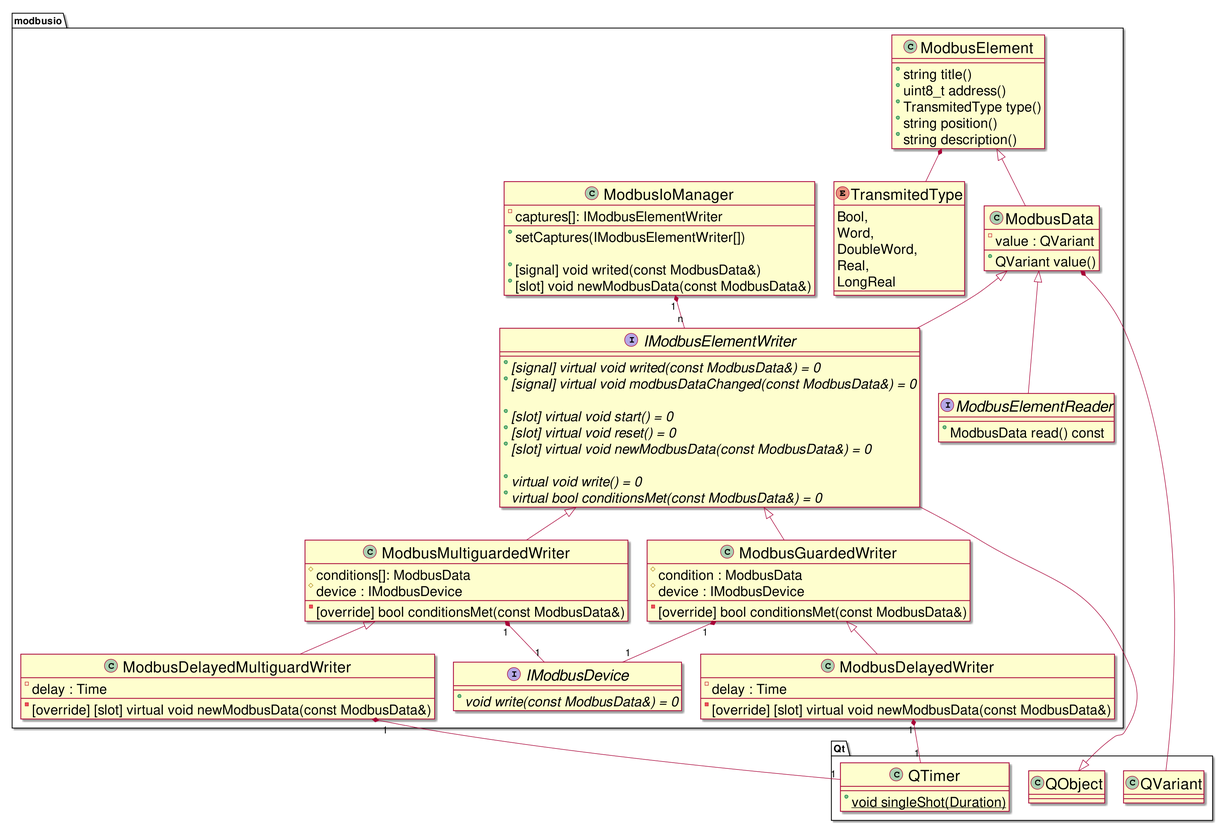
Earlier version of the PlantUML export Dissertation/images/modbus_class_relationship.png (UlrichVonRekkenin/PhdLaTeX). Source of this version:
```plantuml
@startuml
scale 1.5
skinparam {
    Dpi 300
    DefaultFontSize 18
    ClassFontSize 28
    ClassAttributeFontSize 25
}

namespace Qt {
    class QTimer {
        +{static} void singleShot(Duration)
    }

    class QObject
    class QVariant
}

namespace modbusio {
    enum TransmitedType {
        Bool,
        Word,
        DoubleWord,
        Real,
        LongReal
    }

    interface IModbusDevice {
        + {abstract} void write(const ModbusData&) = 0
    }

    class ModbusIoManager {
        + setCaptures(IModbusElementWriter[])

        + [signal] void writed(const ModbusData&)
        + [slot] void newModbusData(const ModbusData&)

        - captures[]: IModbusElementWriter
    }

    class ModbusElement {
        + string title()
        + uint8_t address()
        + TransmitedType type()
        + string position()
        + string description()
    }

    class ModbusData {
        - value : QVariant
        + QVariant value()
    }

    interface IModbusElementWriter {
        + {abstract} [signal] virtual void writed(const ModbusData&) = 0
        + {abstract} [signal] virtual void modbusDataChanged(const ModbusData&) = 0

        + {abstract} [slot] virtual void start() = 0
        + {abstract} [slot] virtual void reset() = 0
        + {abstract} [slot] virtual void newModbusData(const ModbusData&) = 0

        + {abstract} virtual void write() = 0
        + {abstract} virtual bool conditionsMet(const ModbusData&) = 0
    }

    interface ModbusElementReader {
        + ModbusData read() const
    }

    class ModbusGuardedWriter {
        - [override] bool conditionsMet(const ModbusData&)
        # condition : ModbusData
        # device : IModbusDevice
    }

    class ModbusDelayedWriter {
        - [override] [slot] virtual void newModbusData(const ModbusData&)
        - delay : Time
    }

    class ModbusMultiguardedWriter {
        - [override] bool conditionsMet(const ModbusData&)
        # conditions[]: ModbusData
        # device : IModbusDevice
    }

    class ModbusDelayedMultiguardWriter {
        - [override] [slot] virtual void newModbusData(const ModbusData&)
        - delay : Time
    }

    ModbusElement *-- TransmitedType
    ModbusElement <|-- ModbusData
    ModbusData *-- Qt.QVariant

    ModbusData <|-- IModbusElementWriter
    Qt.QObject <|-- IModbusElementWriter
    ModbusData <|-- ModbusElementReader

    IModbusElementWriter <|-- ModbusGuardedWriter
    ModbusGuardedWriter "1" *-- "1" IModbusDevice

    ModbusGuardedWriter <|-- ModbusDelayedWriter
    ModbusDelayedWriter "1" *-- "1" Qt.QTimer

    IModbusElementWriter <|-- ModbusMultiguardedWriter
    ModbusMultiguardedWriter "1" *-- "1" IModbusDevice

    ModbusMultiguardedWriter <|-- ModbusDelayedMultiguardWriter
    ModbusDelayedMultiguardWriter "1" *-- "1" Qt.QTimer

    ModbusIoManager "1" *-- "n" IModbusElementWriter
}

@enduml
```
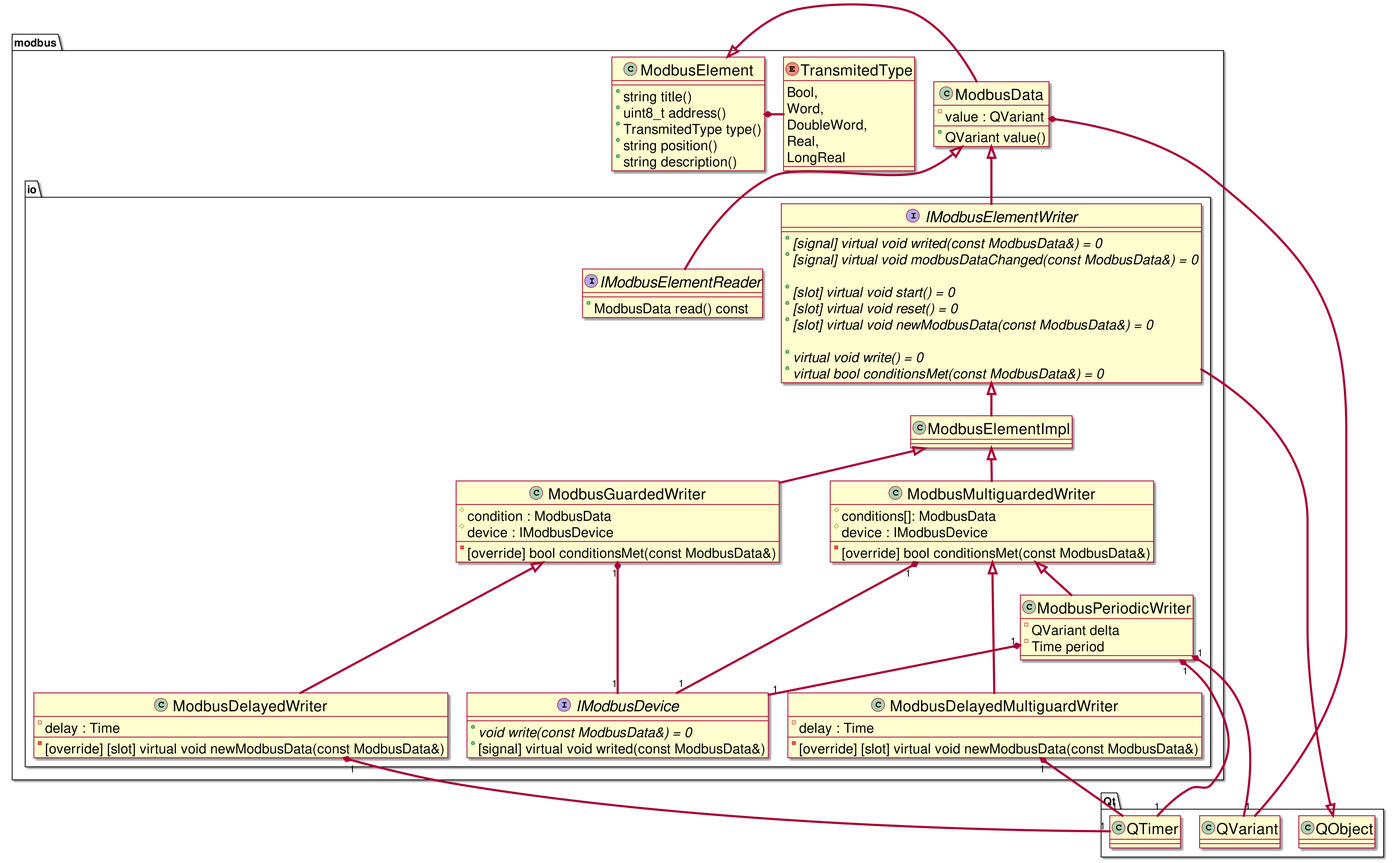
The same file after the commit.

The edit, as a diff of the source:
```diff
@@ -2,40 +2,25 @@
 scale 1.5
 skinparam {
     Dpi 300
+    PackageFontSize 20
+    arrowThickness 4
     DefaultFontSize 18
     ClassFontSize 28
     ClassAttributeFontSize 25
 }
 
 namespace Qt {
-    class QTimer {
-        +{static} void singleShot(Duration)
-    }
-
     class QObject
     class QVariant
 }
 
-namespace modbusio {
+namespace modbus {
     enum TransmitedType {
         Bool,
         Word,
         DoubleWord,
         Real,
         LongReal
-    }
-
-    interface IModbusDevice {
-        + {abstract} void write(const ModbusData&) = 0
-    }
-
-    class ModbusIoManager {
-        + setCaptures(IModbusElementWriter[])
-
-        + [signal] void writed(const ModbusData&)
-        + [slot] void newModbusData(const ModbusData&)
-
-        - captures[]: IModbusElementWriter
     }
 
     class ModbusElement {
@@ -51,65 +36,82 @@
         + QVariant value()
     }
 
-    interface IModbusElementWriter {
-        + {abstract} [signal] virtual void writed(const ModbusData&) = 0
-        + {abstract} [signal] virtual void modbusDataChanged(const ModbusData&) = 0
+    namespace io {
+        interface IModbusDevice {
+            + {abstract} void write(const ModbusData&) = 0
+            + [signal] virtual void writed(const ModbusData&)
+        }
 
-        + {abstract} [slot] virtual void start() = 0
-        + {abstract} [slot] virtual void reset() = 0
-        + {abstract} [slot] virtual void newModbusData(const ModbusData&) = 0
+        interface IModbusElementWriter {
+            + {abstract} [signal] virtual void writed(const ModbusData&) = 0
+            + {abstract} [signal] virtual void modbusDataChanged(const ModbusData&) = 0
 
-        + {abstract} virtual void write() = 0
-        + {abstract} virtual bool conditionsMet(const ModbusData&) = 0
+            + {abstract} [slot] virtual void start() = 0
+            + {abstract} [slot] virtual void reset() = 0
+            + {abstract} [slot] virtual void newModbusData(const ModbusData&) = 0
+
+            + {abstract} virtual void write() = 0
+            + {abstract} virtual bool conditionsMet(const ModbusData&) = 0
+        }
+
+        interface IModbusElementReader {
+            + ModbusData read() const
+        }
+
+        class ModbusPeriodicWriter {
+            - QVariant delta
+            - Time period
+        }
+
+        class ModbusGuardedWriter {
+            - [override] bool conditionsMet(const ModbusData&)
+            # condition : ModbusData
+            # device : IModbusDevice
+        }
+
+        class ModbusDelayedWriter {
+            - [override] [slot] virtual void newModbusData(const ModbusData&)
+            - delay : Time
+        }
+
+        class ModbusMultiguardedWriter {
+            - [override] bool conditionsMet(const ModbusData&)
+            # conditions[]: ModbusData
+            # device : IModbusDevice
+        }
+
+        class ModbusDelayedMultiguardWriter {
+            - [override] [slot] virtual void newModbusData(const ModbusData&)
+            - delay : Time
+        }
     }
-
-    interface ModbusElementReader {
-        + ModbusData read() const
-    }
-
-    class ModbusGuardedWriter {
-        - [override] bool conditionsMet(const ModbusData&)
-        # condition : ModbusData
-        # device : IModbusDevice
-    }
-
-    class ModbusDelayedWriter {
-        - [override] [slot] virtual void newModbusData(const ModbusData&)
-        - delay : Time
-    }
-
-    class ModbusMultiguardedWriter {
-        - [override] bool conditionsMet(const ModbusData&)
-        # conditions[]: ModbusData
-        # device : IModbusDevice
-    }
-
-    class ModbusDelayedMultiguardWriter {
-        - [override] [slot] virtual void newModbusData(const ModbusData&)
-        - delay : Time
-    }
-
-    ModbusElement *-- TransmitedType
-    ModbusElement <|-- ModbusData
-    ModbusData *-- Qt.QVariant
-
-    ModbusData <|-- IModbusElementWriter
-    Qt.QObject <|-- IModbusElementWriter
-    ModbusData <|-- ModbusElementReader
-
-    IModbusElementWriter <|-- ModbusGuardedWriter
-    ModbusGuardedWriter "1" *-- "1" IModbusDevice
-
-    ModbusGuardedWriter <|-- ModbusDelayedWriter
-    ModbusDelayedWriter "1" *-- "1" Qt.QTimer
-
-    IModbusElementWriter <|-- ModbusMultiguardedWriter
-    ModbusMultiguardedWriter "1" *-- "1" IModbusDevice
-
-    ModbusMultiguardedWriter <|-- ModbusDelayedMultiguardWriter
-    ModbusDelayedMultiguardWriter "1" *-- "1" Qt.QTimer
-
-    ModbusIoManager "1" *-- "n" IModbusElementWriter
 }
 
+    modbus.ModbusElement *-right-- modbus.TransmitedType
+    modbus.ModbusElement <|-right- modbus.ModbusData
+    modbus.ModbusData *-- Qt.QVariant
+
+    modbus.ModbusData <|-- modbus.io.IModbusElementWriter
+    Qt.QObject <|-down- modbus.io.IModbusElementWriter
+    modbus.ModbusData <|-right- modbus.io.IModbusElementReader
+
+    modbus.io.ModbusMultiguardedWriter <|-down- modbus.io.ModbusPeriodicWriter
+    modbus.io.ModbusPeriodicWriter "1" *-- "1" modbus.io.IModbusDevice
+    modbus.io.ModbusPeriodicWriter "1" *-- "1" Qt.QVariant
+    modbus.io.ModbusPeriodicWriter "1" *-- "1" Qt.QTimer
+
+    modbus.io.IModbusElementWriter <|-- modbus.io.ModbusElementImpl
+
+    modbus.io.ModbusElementImpl <|-- modbus.io.ModbusGuardedWriter
+    modbus.io.ModbusGuardedWriter "1" *- "1" modbus.io.IModbusDevice
+
+    modbus.io.ModbusGuardedWriter <|--- modbus.io.ModbusDelayedWriter
+    modbus.io.ModbusDelayedWriter "1" *-- "1" Qt.QTimer
+
+    modbus.io.ModbusElementImpl <|-- modbus.io.ModbusMultiguardedWriter
+    modbus.io.ModbusMultiguardedWriter "1" *- "1" modbus.io.IModbusDevice
+
+    modbus.io.ModbusMultiguardedWriter <|--- modbus.io.ModbusDelayedMultiguardWriter
+    modbus.io.ModbusDelayedMultiguardWriter "1" *-- "1" Qt.QTimer
+
 @enduml
```
